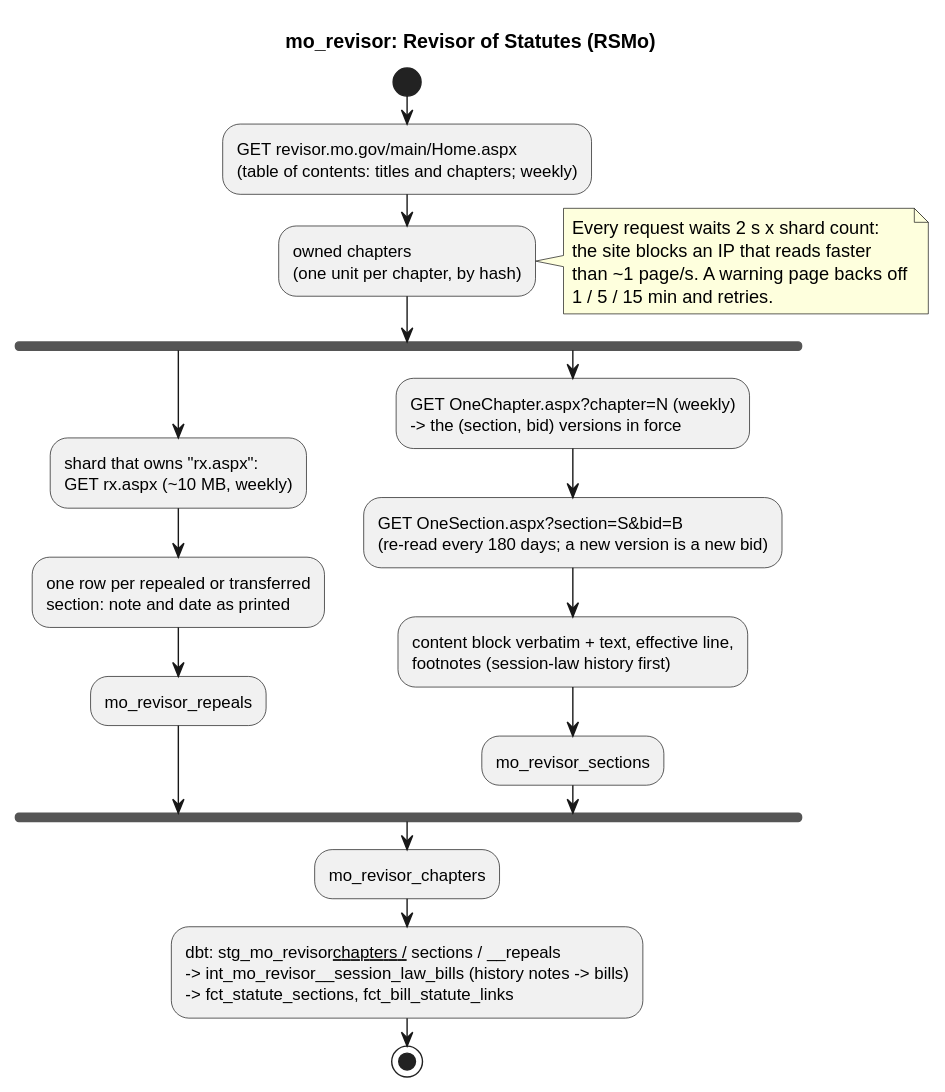
The PlantUML diagram docs/diagrams/sources/mo_revisor.svg in akettmann/missouri_gov_feed, before a commit. Its source is kept beside it as docs/diagrams/sources/mo_revisor.puml.
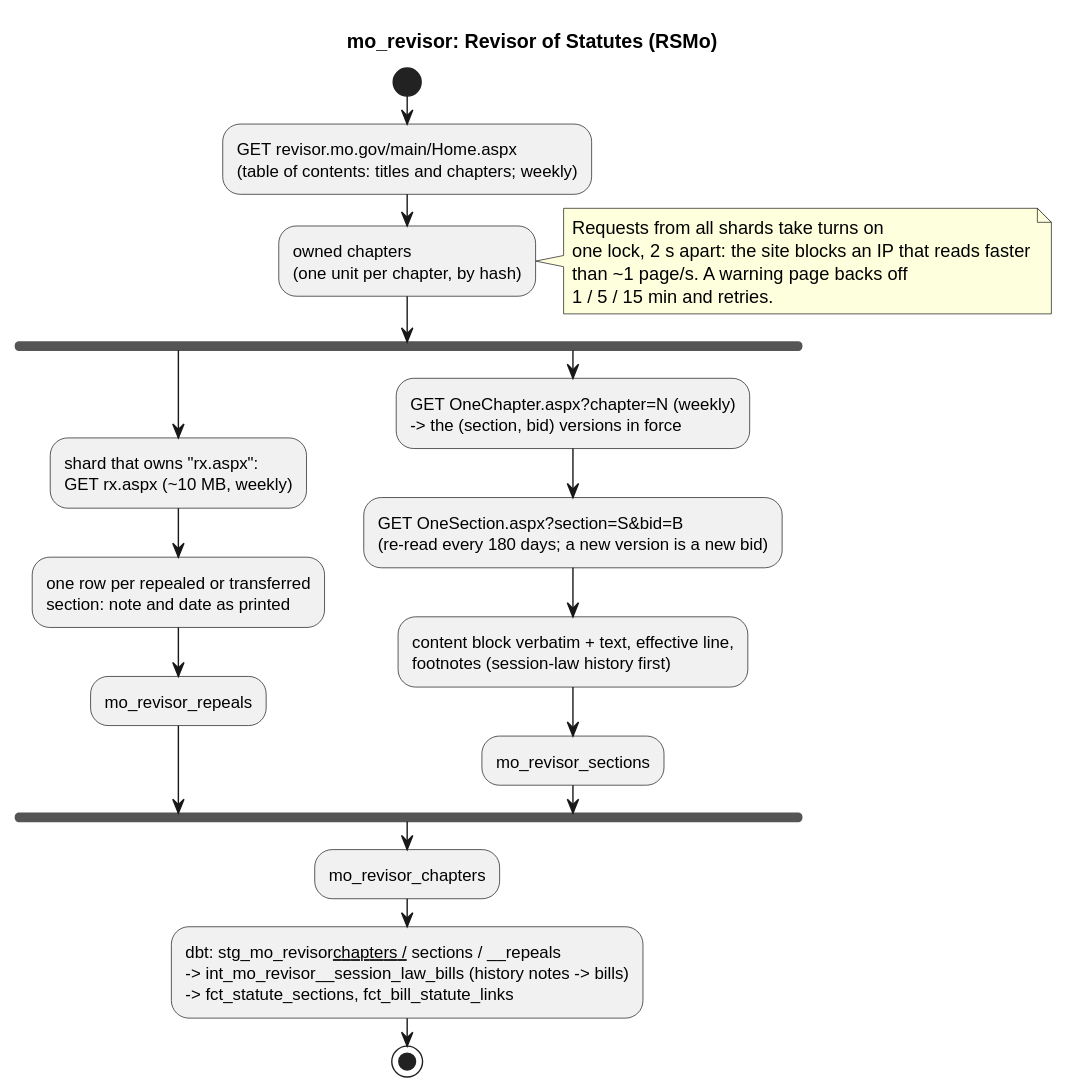
After the change.

Commit message:
mo_revisor: pace requests across all shards with a shared lock, skip refused section pages, fix coverage docs

Change to the diagram source:
```diff
@@ -6,8 +6,8 @@
 :owned chapters
 (one unit per chapter, by hash);
 note right
-  Every request waits 2 s x shard count:
-  the site blocks an IP that reads faster
+  Requests from all shards take turns on
+  one lock, 2 s apart: the site blocks an IP that reads faster
   than ~1 page/s. A warning page backs off
   1 / 5 / 15 min and retries.
 end note
```
